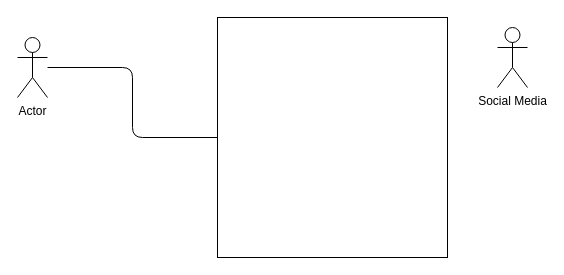
Before: Untitled Diagram.drawio in smartijo/solid-octo-journey, a draw.io diagram. Source tidied: cells renumbered, new cells numbered last; positions are measured from the earlier drawing's top-left corner, leaving out a move shared by most shapes. Both pictures are drawn from the tidied source at 100%, with x=0, y=0 at pixel (17, 17).
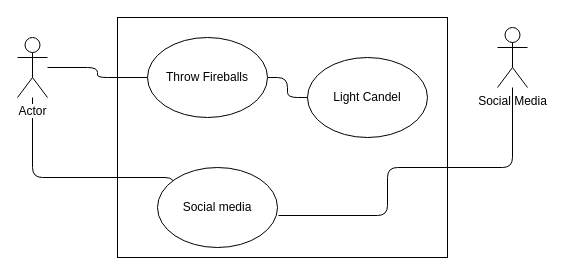
After the change.

What changed in the source:
```diff
@@
 <mxGraphModel>
   <root>
     <mxCell id="0" />
     <mxCell id="1" parent="0" />
     <mxCell id="2" style="rounded=0;whiteSpace=wrap;html=1;" parent="1" vertex="1">
-      <mxGeometry x="200" width="230" height="240" as="geometry" />
+      <mxGeometry x="100" width="330" height="240" as="geometry" />
     </mxCell>
+    <mxCell id="6" style="edgeStyle=orthogonalEdgeStyle;rounded=1;jettySize=auto;html=1;entryX=0;entryY=1;entryDx=0;entryDy=0;endArrow=none;endFill=0;" parent="1" edge="1" source="3" target="10">
+      <mxGeometry relative="1" as="geometry">
+        <Array as="points">
+          <mxPoint x="15" y="160" />
+          <mxPoint x="158" y="160" />
+        </Array>
+      </mxGeometry>
+    </mxCell>
     <mxCell id="3" value="Actor" style="shape=umlActor;verticalLabelPosition=bottom;labelBackgroundColor=#ffffff;verticalAlign=top;html=1;" parent="1" vertex="1">
       <mxGeometry y="20" width="30" height="60" as="geometry" />
     </mxCell>
     <mxCell id="4" value="Social Media" style="shape=umlActor;verticalLabelPosition=bottom;labelBackgroundColor=#ffffff;verticalAlign=top;html=1;" parent="1" vertex="1">
       <mxGeometry x="480" y="10" width="30" height="60" as="geometry" />
     </mxCell>
-    <mxCell id="5" style="edgeStyle=orthogonalEdgeStyle;rounded=1;jettySize=auto;html=1;endArrow=none;endFill=0;" parent="1" edge="1" source="3" target="2">
+    <mxCell id="5" style="edgeStyle=orthogonalEdgeStyle;rounded=1;jettySize=auto;html=1;endArrow=none;endFill=0;" parent="1" edge="1" source="3" target="8">
       <mxGeometry relative="1" as="geometry" />
     </mxCell>
+    <mxCell id="7" style="edgeStyle=orthogonalEdgeStyle;rounded=1;jettySize=auto;html=1;endArrow=none;endFill=0;" parent="1" edge="1" source="8" target="9">
+      <mxGeometry relative="1" as="geometry" />
+    </mxCell>
+    <mxCell id="8" value="Throw Fireballs" style="ellipse;whiteSpace=wrap;html=1;" parent="1" vertex="1">
+      <mxGeometry x="130" y="20" width="120" height="80" as="geometry" />
+    </mxCell>
+    <mxCell id="9" value="Light Candel" style="ellipse;whiteSpace=wrap;html=1;" parent="1" vertex="1">
+      <mxGeometry x="290" y="40" width="120" height="80" as="geometry" />
+    </mxCell>
+    <mxCell id="10" value="Social media" style="ellipse;whiteSpace=wrap;html=1;" parent="1" vertex="1">
+      <mxGeometry x="140" y="150" width="120" height="80" as="geometry" />
+    </mxCell>
+    <mxCell id="11" style="edgeStyle=orthogonalEdgeStyle;rounded=1;jettySize=auto;html=1;endArrow=none;endFill=0;entryX=1.008;entryY=0.6;entryDx=0;entryDy=0;entryPerimeter=0;" parent="1" edge="1" source="4" target="10">
+      <mxGeometry relative="1" as="geometry">
+        <Array as="points">
+          <mxPoint x="495" y="150" />
+          <mxPoint x="370" y="150" />
+          <mxPoint x="370" y="198" />
+        </Array>
+      </mxGeometry>
+    </mxCell>
   </root>
 </mxGraphModel>
```
